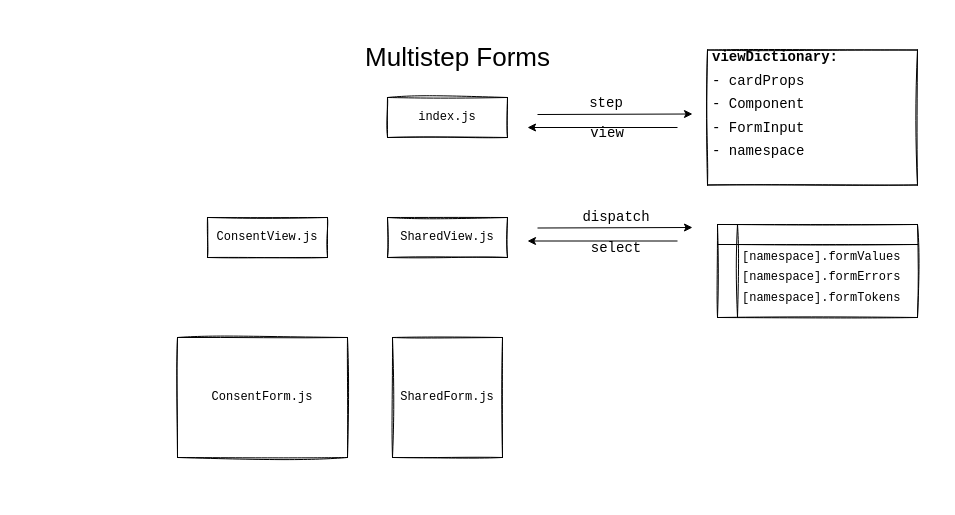
This is Multistep Form.drawio from vanvemden/diagrams, a draw.io file, before an edit. Source tidied: cells renumbered, new cells numbered last; positions are measured from the earlier drawing's top-left corner, leaving out a move shared by most shapes. Both pictures are drawn from the tidied source at 100%, with x=0, y=0 at pixel (177, 37).
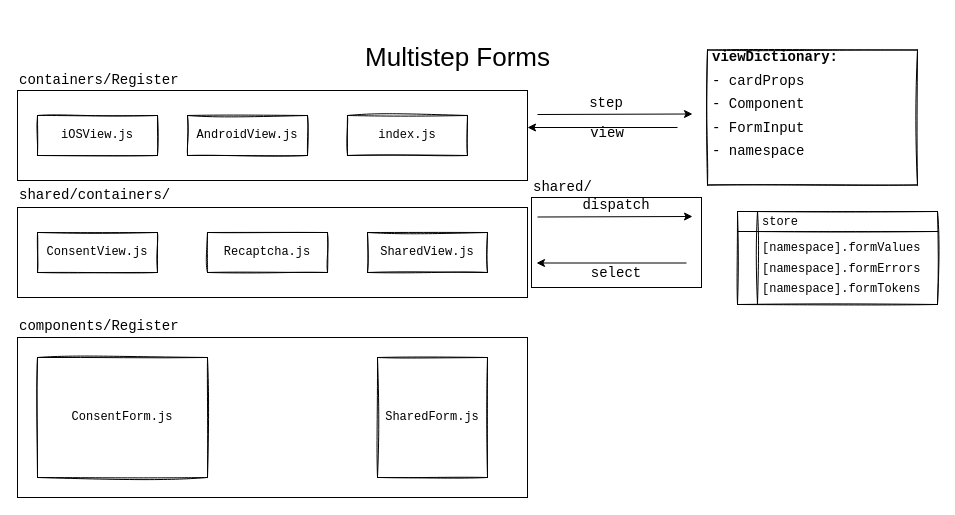
The same diagram, later.

Diff of the diagram source:
```diff
@@
+    <mxCell id="18" style="rounded=0;whiteSpace=wrap;html=1;fillColor=none;" parent="1" vertex="1">
+      <mxGeometry x="-160" y="53" width="510" height="90" as="geometry" />
+    </mxCell>
+    <mxCell id="19" style="rounded=0;whiteSpace=wrap;html=1;fillColor=none;" parent="1" vertex="1">
+      <mxGeometry x="-160" y="300" width="510" height="160" as="geometry" />
+    </mxCell>
+    <mxCell id="20" style="rounded=0;whiteSpace=wrap;html=1;fillColor=none;" parent="1" vertex="1">
+      <mxGeometry x="354" y="160" width="170" height="90" as="geometry" />
+    </mxCell>
+    <mxCell id="21" style="rounded=0;whiteSpace=wrap;html=1;fillColor=none;" parent="1" vertex="1">
+      <mxGeometry x="-160" y="170" width="510" height="90" as="geometry" />
+    </mxCell>
     <mxCell id="2" value="&lt;pre&gt;index.js&lt;/pre&gt;" style="whiteSpace=wrap;html=1;sketch=1;" parent="1" vertex="1">
-      <mxGeometry x="210" y="60" width="120" height="40" as="geometry" />
+      <mxGeometry x="170" y="78" width="120" height="40" as="geometry" />
     </mxCell>
     <mxCell id="3" value="&lt;pre&gt;SharedView.js&lt;/pre&gt;" style="whiteSpace=wrap;html=1;sketch=1;" parent="1" vertex="1">
-      <mxGeometry x="210" y="180" width="120" height="40" as="geometry" />
+      <mxGeometry x="190" y="195" width="120" height="40" as="geometry" />
     </mxCell>
@@
     <mxCell id="8" value="&lt;pre&gt;ConsentView.js&lt;/pre&gt;" style="whiteSpace=wrap;html=1;sketch=1;" parent="1" vertex="1">
-      <mxGeometry x="30" y="180" width="120" height="40" as="geometry" />
+      <mxGeometry x="-140" y="195" width="120" height="40" as="geometry" />
     </mxCell>
     <mxCell id="9" value="&lt;pre&gt;ConsentForm.js&lt;/pre&gt;" style="whiteSpace=wrap;html=1;sketch=1;" parent="1" vertex="1">
-      <mxGeometry y="300" width="170" height="120" as="geometry" />
+      <mxGeometry x="-140" y="320" width="170" height="120" as="geometry" />
     </mxCell>
     <mxCell id="10" value="&lt;pre&gt;SharedForm.js&lt;/pre&gt;" style="whiteSpace=wrap;html=1;sketch=1;" parent="1" vertex="1">
-      <mxGeometry x="215" y="300" width="110" height="120" as="geometry" />
+      <mxGeometry x="200" y="320" width="110" height="120" as="geometry" />
     </mxCell>
     <mxCell id="11" style="endArrow=classic;html=1;fontSize=26;" parent="1" edge="1">
       <mxGeometry relative="1" as="geometry">
-        <mxPoint x="500" y="203.5" as="sourcePoint" />
-        <mxPoint x="350" y="203.5" as="targetPoint" />
+        <mxPoint x="509" y="225.5" as="sourcePoint" />
+        <mxPoint x="359" y="225.5" as="targetPoint" />
       </mxGeometry>
     </mxCell>
     <mxCell id="12" style="endArrow=classic;html=1;fontSize=26;" parent="1" edge="1">
       <mxGeometry relative="1" as="geometry">
-        <mxPoint x="360" y="190.5" as="sourcePoint" />
-        <mxPoint x="515" y="190" as="targetPoint" />
+        <mxPoint x="360" y="179.5" as="sourcePoint" />
+        <mxPoint x="515" y="179" as="targetPoint" />
       </mxGeometry>
     </mxCell>
@@
     <mxCell id="15" value="&lt;pre style=&quot;color: rgb(0 , 0 , 0) ; font-size: 26px ; font-style: normal ; font-weight: normal ; letter-spacing: normal ; text-indent: 0px ; text-transform: none ; word-spacing: 0px ; text-decoration: none&quot;&gt;&lt;font style=&quot;font-size: 14px ; line-height: 100%&quot;&gt;dispatch&lt;/font&gt;&lt;/pre&gt;" style="text;whiteSpace=wrap;html=1;verticalAlign=middle;align=center;" parent="1" vertex="1">
-      <mxGeometry x="369" y="167" width="140" height="20" as="geometry" />
+      <mxGeometry x="370" y="152" width="138" height="26" as="geometry" />
     </mxCell>
     <mxCell id="16" value="&lt;pre style=&quot;color: rgb(0 , 0 , 0) ; font-size: 26px ; font-style: normal ; font-weight: normal ; letter-spacing: normal ; text-indent: 0px ; text-transform: none ; word-spacing: 0px ; text-decoration: none&quot;&gt;&lt;font style=&quot;font-size: 14px ; line-height: 100%&quot;&gt;select&lt;/font&gt;&lt;/pre&gt;" style="text;whiteSpace=wrap;html=1;verticalAlign=middle;align=center;" parent="1" vertex="1">
-      <mxGeometry x="369" y="198" width="140" height="20" as="geometry" />
+      <mxGeometry x="369" y="222.5" width="140" height="20" as="geometry" />
     </mxCell>
-    <mxCell id="17" value="&lt;p style=&quot;line-height: 107%&quot;&gt;&lt;/p&gt;&lt;pre&gt;[namespace].formValues&lt;/pre&gt;&lt;pre style=&quot;line-height: 17%&quot;&gt;[namespace].formErrors&lt;/pre&gt;&lt;pre&gt;[namespace].formTokens&lt;/pre&gt;&lt;p&gt;&lt;/p&gt;" style="shape=internalStorage;whiteSpace=wrap;html=1;backgroundOutline=1;sketch=1;align=left;spacingLeft=23;spacingTop=12;" parent="1" vertex="1">
-      <mxGeometry x="540" y="187" width="200" height="93" as="geometry" />
+    <mxCell id="17" value="&lt;p style=&quot;line-height: 107%&quot;&gt;&lt;/p&gt;&lt;pre&gt;store&lt;/pre&gt;&lt;pre&gt;[namespace].formValues&lt;/pre&gt;&lt;pre style=&quot;line-height: 17%&quot;&gt;[namespace].formErrors&lt;/pre&gt;&lt;pre&gt;[namespace].formTokens&lt;/pre&gt;&lt;p&gt;&lt;/p&gt;" style="shape=internalStorage;whiteSpace=wrap;html=1;backgroundOutline=1;sketch=1;align=left;spacingLeft=23;spacingTop=-6;" parent="1" vertex="1">
+      <mxGeometry x="560" y="174" width="200" height="93" as="geometry" />
     </mxCell>
+    <mxCell id="22" value="&lt;pre style=&quot;color: rgb(0 , 0 , 0) ; font-style: normal ; font-weight: normal ; letter-spacing: normal ; text-indent: 0px ; text-transform: none ; word-spacing: 0px ; text-decoration: none&quot;&gt;&lt;span style=&quot;font-size: 14px&quot;&gt;shared/containers/&lt;/span&gt;&lt;/pre&gt;" style="text;whiteSpace=wrap;html=1;verticalAlign=middle;align=left;" parent="1" vertex="1">
+      <mxGeometry x="-160" y="147.5" width="170" height="20" as="geometry" />
+    </mxCell>
+    <mxCell id="23" style="edgeStyle=orthogonalEdgeStyle;rounded=0;orthogonalLoop=1;jettySize=auto;html=1;exitX=0.5;exitY=1;exitDx=0;exitDy=0;" parent="1" edge="1" source="16" target="16">
+      <mxGeometry relative="1" as="geometry" />
+    </mxCell>
+    <mxCell id="24" value="&lt;pre style=&quot;color: rgb(0 , 0 , 0) ; font-style: normal ; font-weight: normal ; letter-spacing: normal ; text-indent: 0px ; text-transform: none ; word-spacing: 0px ; text-decoration: none&quot;&gt;&lt;span style=&quot;font-size: 14px&quot;&gt;components/Register&lt;/span&gt;&lt;/pre&gt;" style="text;whiteSpace=wrap;html=1;verticalAlign=middle;align=left;" parent="1" vertex="1">
+      <mxGeometry x="-160" y="279" width="170" height="20" as="geometry" />
+    </mxCell>
+    <mxCell id="25" value="&lt;pre style=&quot;color: rgb(0 , 0 , 0) ; font-style: normal ; font-weight: normal ; letter-spacing: normal ; text-indent: 0px ; text-transform: none ; word-spacing: 0px ; text-decoration: none&quot;&gt;&lt;span style=&quot;font-size: 14px&quot;&gt;shared/&lt;/span&gt;&lt;/pre&gt;" style="text;whiteSpace=wrap;html=1;verticalAlign=middle;align=left;" parent="1" vertex="1">
+      <mxGeometry x="354" y="140" width="170" height="20" as="geometry" />
+    </mxCell>
+    <mxCell id="26" value="&lt;pre style=&quot;color: rgb(0 , 0 , 0) ; font-style: normal ; font-weight: normal ; letter-spacing: normal ; text-indent: 0px ; text-transform: none ; word-spacing: 0px ; text-decoration: none&quot;&gt;&lt;span style=&quot;font-size: 14px&quot;&gt;containers/Register&lt;/span&gt;&lt;/pre&gt;" style="text;whiteSpace=wrap;html=1;verticalAlign=middle;align=left;" parent="1" vertex="1">
+      <mxGeometry x="-160" y="33" width="170" height="20" as="geometry" />
+    </mxCell>
+    <mxCell id="27" value="&lt;pre&gt;Recaptcha.js&lt;/pre&gt;" style="whiteSpace=wrap;html=1;sketch=1;" parent="1" vertex="1">
+      <mxGeometry x="30" y="195" width="120" height="40" as="geometry" />
+    </mxCell>
+    <mxCell id="28" value="&lt;pre&gt;iOSView.js&lt;/pre&gt;" style="whiteSpace=wrap;html=1;sketch=1;" parent="1" vertex="1">
+      <mxGeometry x="-140" y="78" width="120" height="40" as="geometry" />
+    </mxCell>
+    <mxCell id="29" value="&lt;pre&gt;AndroidView.js&lt;/pre&gt;" style="whiteSpace=wrap;html=1;sketch=1;" parent="1" vertex="1">
+      <mxGeometry x="10" y="78" width="120" height="40" as="geometry" />
+    </mxCell>
```
